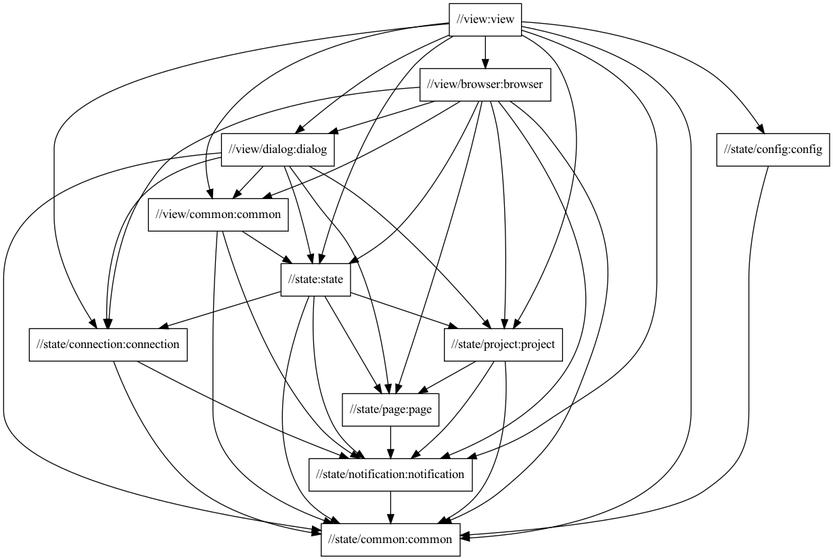
The Graphviz diagram docs/package-structure.png in typedb/typedb-studio, before a commit. Its source is kept beside it as docs/package-structure.dot.
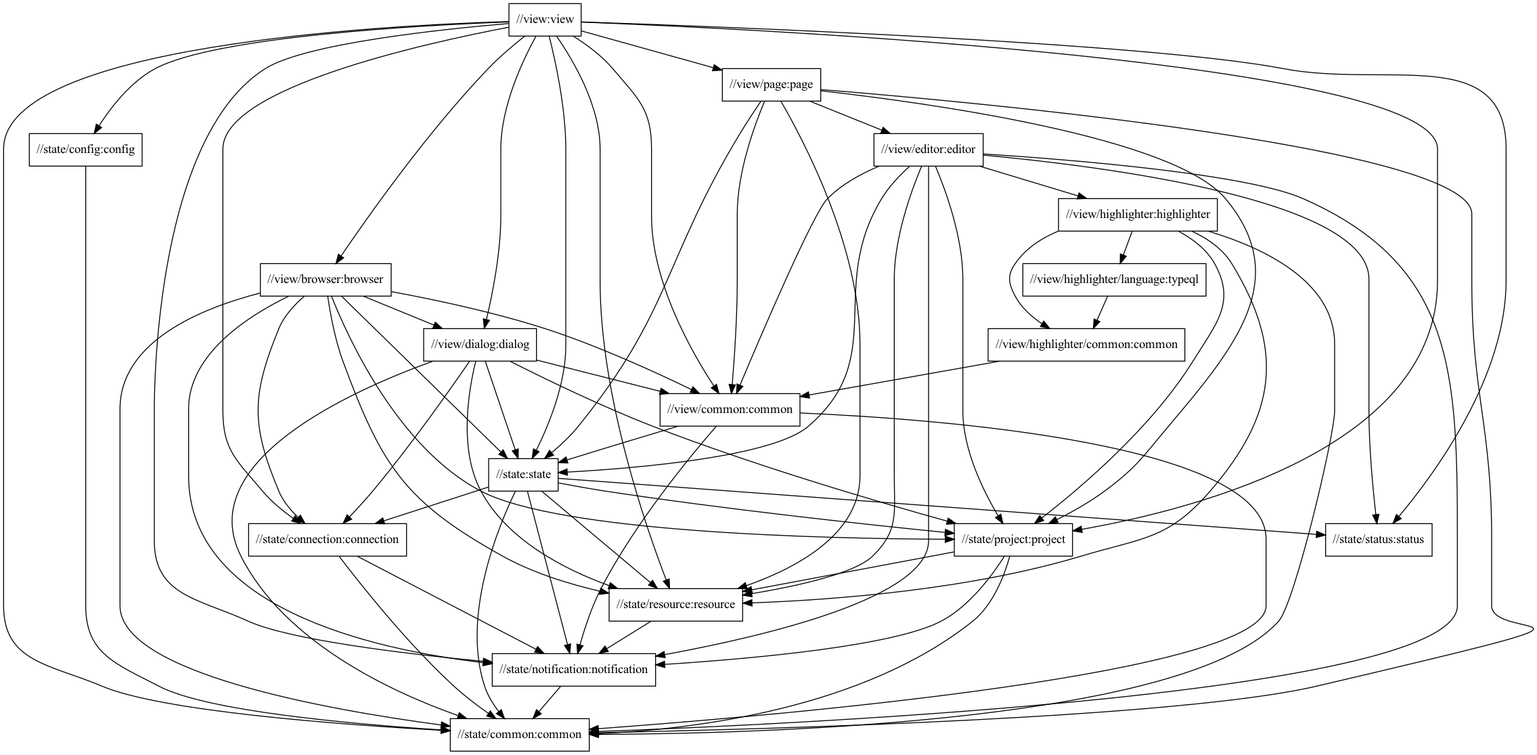
Above is the later version.

Diff of the diagram source:
```diff
@@ -1,49 +1,80 @@
 digraph mygraph {
   node [shape=box];
   "//view:view"
-  "//view:view" -> "//view/common:common"
-  "//view:view" -> "//view/dialog:dialog"
-  "//view:view" -> "//view/browser:browser"
   "//view:view" -> "//state:state"
   "//view:view" -> "//state/common:common"
   "//view:view" -> "//state/config:config"
   "//view:view" -> "//state/connection:connection"
   "//view:view" -> "//state/notification:notification"
   "//view:view" -> "//state/project:project"
-  "//state/config:config"
-  "//state/config:config" -> "//state/common:common"
+  "//view:view" -> "//state/resource:resource"
+  "//view:view" -> "//state/status:status"
+  "//view:view" -> "//view/browser:browser"
+  "//view:view" -> "//view/common:common"
+  "//view:view" -> "//view/dialog:dialog"
+  "//view:view" -> "//view/page:page"
+  "//view/page:page"
+  "//view/page:page" -> "//state:state"
+  "//view/page:page" -> "//state/common:common"
+  "//view/page:page" -> "//state/project:project"
+  "//view/page:page" -> "//state/resource:resource"
+  "//view/page:page" -> "//view/common:common"
+  "//view/page:page" -> "//view/editor:editor"
+  "//view/editor:editor"
+  "//view/editor:editor" -> "//state:state"
+  "//view/editor:editor" -> "//state/common:common"
+  "//view/editor:editor" -> "//state/notification:notification"
+  "//view/editor:editor" -> "//state/project:project"
+  "//view/editor:editor" -> "//state/resource:resource"
+  "//view/editor:editor" -> "//state/status:status"
+  "//view/editor:editor" -> "//view/common:common"
+  "//view/editor:editor" -> "//view/highlighter:highlighter"
+  "//view/highlighter:highlighter"
+  "//view/highlighter:highlighter" -> "//state/common:common"
+  "//view/highlighter:highlighter" -> "//state/project:project"
+  "//view/highlighter:highlighter" -> "//state/resource:resource"
+  "//view/highlighter:highlighter" -> "//view/highlighter/common:common"
+  "//view/highlighter:highlighter" -> "//view/highlighter/language:typeql"
+  "//view/highlighter/language:typeql"
+  "//view/highlighter/language:typeql" -> "//view/highlighter/common:common"
   "//view/browser:browser"
   "//view/browser:browser" -> "//state:state"
   "//view/browser:browser" -> "//state/common:common"
   "//view/browser:browser" -> "//state/connection:connection"
   "//view/browser:browser" -> "//state/notification:notification"
-  "//view/browser:browser" -> "//state/page:page"
   "//view/browser:browser" -> "//state/project:project"
+  "//view/browser:browser" -> "//state/resource:resource"
   "//view/browser:browser" -> "//view/common:common"
   "//view/browser:browser" -> "//view/dialog:dialog"
   "//view/dialog:dialog"
   "//view/dialog:dialog" -> "//state:state"
   "//view/dialog:dialog" -> "//state/common:common"
   "//view/dialog:dialog" -> "//state/connection:connection"
-  "//view/dialog:dialog" -> "//state/page:page"
   "//view/dialog:dialog" -> "//state/project:project"
+  "//view/dialog:dialog" -> "//state/resource:resource"
   "//view/dialog:dialog" -> "//view/common:common"
+  "//state/config:config"
+  "//state/config:config" -> "//state/common:common"
+  "//view/highlighter/common:common"
+  "//view/highlighter/common:common" -> "//view/common:common"
   "//view/common:common"
+  "//view/common:common" -> "//state/notification:notification"
   "//view/common:common" -> "//state:state"
   "//view/common:common" -> "//state/common:common"
-  "//view/common:common" -> "//state/notification:notification"
   "//state:state"
   "//state:state" -> "//state/common:common"
   "//state:state" -> "//state/connection:connection"
   "//state:state" -> "//state/notification:notification"
-  "//state:state" -> "//state/page:page"
   "//state:state" -> "//state/project:project"
+  "//state:state" -> "//state/resource:resource"
+  "//state:state" -> "//state/status:status"
+  "//state/status:status"
   "//state/project:project"
   "//state/project:project" -> "//state/common:common"
   "//state/project:project" -> "//state/notification:notification"
-  "//state/project:project" -> "//state/page:page"
-  "//state/page:page"
-  "//state/page:page" -> "//state/notification:notification"
+  "//state/project:project" -> "//state/resource:resource"
+  "//state/resource:resource"
+  "//state/resource:resource" -> "//state/notification:notification"
   "//state/connection:connection"
   "//state/connection:connection" -> "//state/common:common"
   "//state/connection:connection" -> "//state/notification:notification"
```
